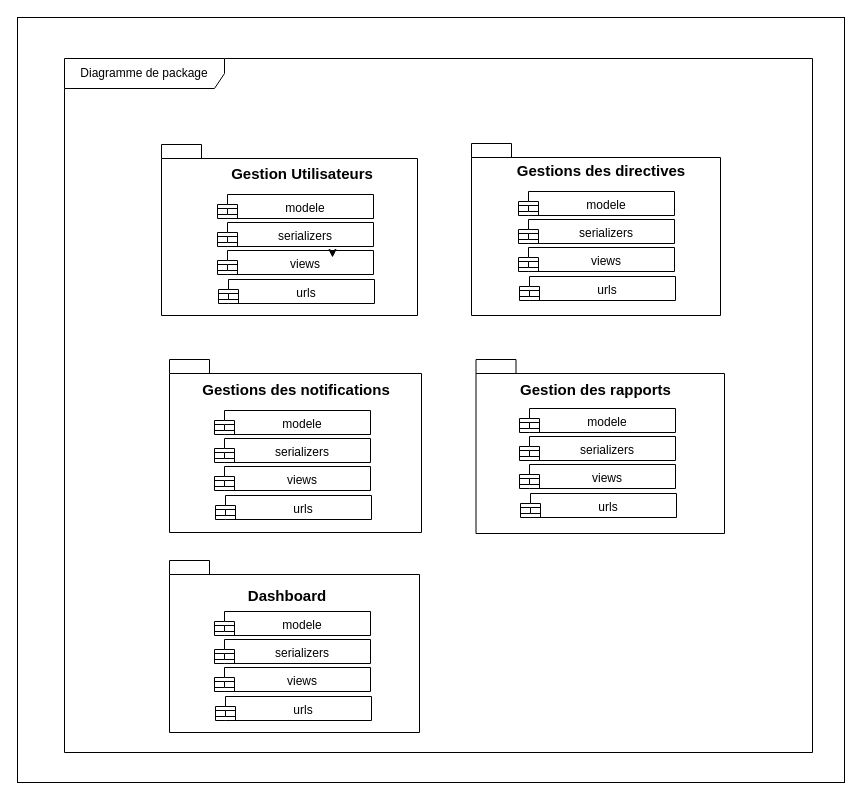
Before: package.drawio in CabrelFeukeng/pp, a draw.io diagram. Source tidied: cells renumbered, new cells numbered last; positions are measured from the earlier drawing's top-left corner, leaving out a move shared by most shapes. Both pictures are drawn from the tidied source at 100%, with x=0, y=0 at pixel (17, 17).
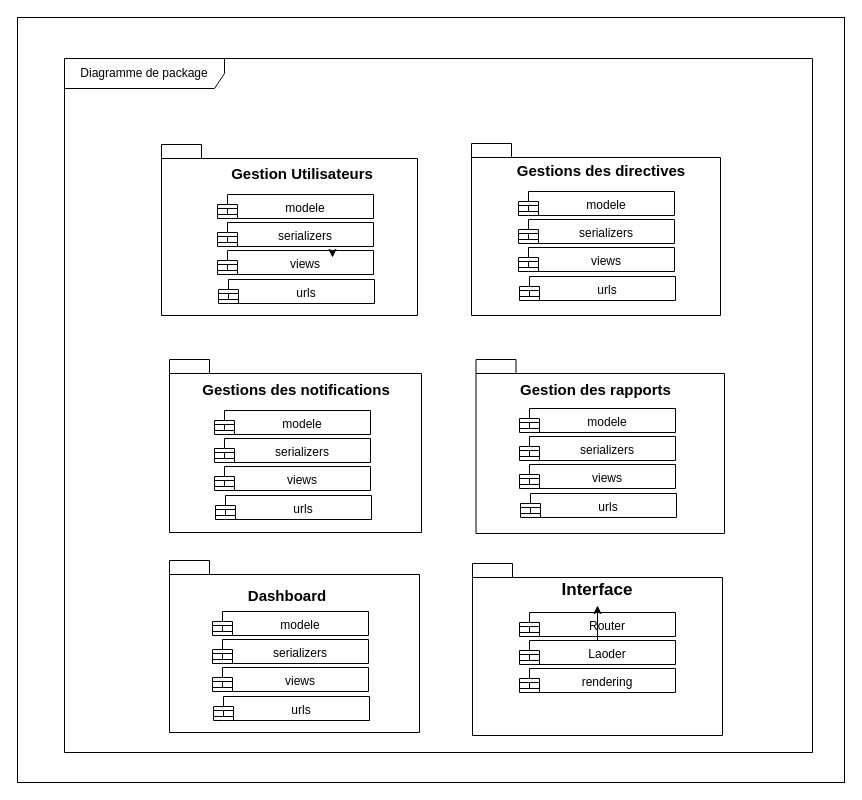
After the change.

Commit message:
Mettre à jour package.drawio

The edit, as a diff of the source:
```diff
@@
     <mxCell id="23" value="modele" style="shape=module;align=left;spacingLeft=20;align=center;verticalAlign=top;whiteSpace=wrap;html=1;" parent="1" vertex="1">
-      <mxGeometry x="197" y="594" width="156" height="24" as="geometry" />
+      <mxGeometry x="195" y="594" width="156" height="24" as="geometry" />
     </mxCell>
     <mxCell id="24" value="serializers" style="shape=module;align=left;spacingLeft=20;align=center;verticalAlign=top;whiteSpace=wrap;html=1;" parent="1" vertex="1">
-      <mxGeometry x="197" y="622" width="156" height="24" as="geometry" />
+      <mxGeometry x="195" y="622" width="156" height="24" as="geometry" />
     </mxCell>
     <mxCell id="25" value="views" style="shape=module;align=left;spacingLeft=20;align=center;verticalAlign=top;whiteSpace=wrap;html=1;" parent="1" vertex="1">
-      <mxGeometry x="197" y="650" width="156" height="24" as="geometry" />
+      <mxGeometry x="195" y="650" width="156" height="24" as="geometry" />
     </mxCell>
     <mxCell id="26" value="urls" style="shape=module;align=left;spacingLeft=20;align=center;verticalAlign=top;whiteSpace=wrap;html=1;" parent="1" vertex="1">
-      <mxGeometry x="198" y="679" width="156" height="24" as="geometry" />
+      <mxGeometry x="196" y="679" width="156" height="24" as="geometry" />
     </mxCell>
@@
+    <mxCell id="35" style="shape=folder;fontStyle=1;spacingTop=10;tabWidth=40;tabHeight=14;tabPosition=left;html=1;whiteSpace=wrap;" parent="1" vertex="1">
+      <mxGeometry x="455" y="546" width="250" height="172" as="geometry" />
+    </mxCell>
+    <mxCell id="36" value="&lt;font style=&quot;font-size: 17px;&quot;&gt;&lt;b&gt;Interface&lt;/b&gt;&lt;/font&gt;" style="text;html=1;align=center;verticalAlign=middle;whiteSpace=wrap;rounded=0;" parent="1" vertex="1">
+      <mxGeometry x="550" y="558" width="60" height="30" as="geometry" />
+    </mxCell>
+    <mxCell id="37" value="Router" style="shape=module;align=left;spacingLeft=20;align=center;verticalAlign=top;whiteSpace=wrap;html=1;" parent="1" vertex="1">
+      <mxGeometry x="502" y="595" width="156" height="24" as="geometry" />
+    </mxCell>
+    <mxCell id="38" style="edgeStyle=orthogonalEdgeStyle;rounded=0;jettySize=auto;html=1;" parent="1" edge="1" source="39" target="36">
+      <mxGeometry relative="1" as="geometry" />
+    </mxCell>
+    <mxCell id="39" value="Laoder" style="shape=module;align=left;spacingLeft=20;align=center;verticalAlign=top;whiteSpace=wrap;html=1;" parent="1" vertex="1">
+      <mxGeometry x="502" y="623" width="156" height="24" as="geometry" />
+    </mxCell>
+    <mxCell id="40" value="rendering" style="shape=module;align=left;spacingLeft=20;align=center;verticalAlign=top;whiteSpace=wrap;html=1;" parent="1" vertex="1">
+      <mxGeometry x="502" y="651" width="156" height="24" as="geometry" />
+    </mxCell>
```
